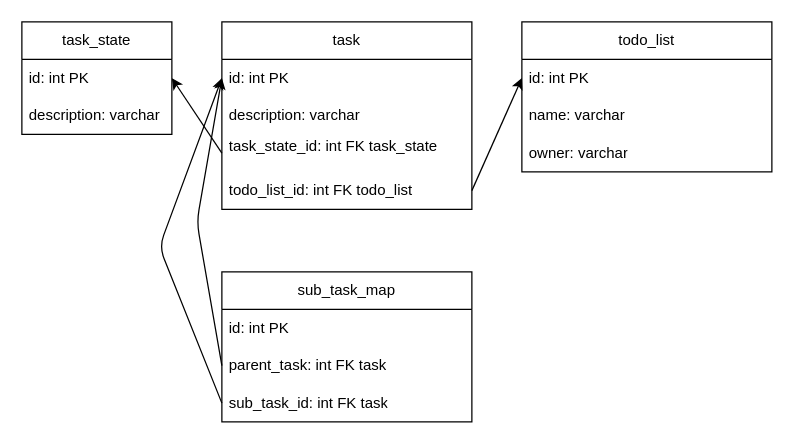
Earlier version of the draw.io diagram doc/schema.drawio (DomenicoDErasmo/todo). Source tidied: cells renumbered, new cells numbered last; positions are measured from the earlier drawing's top-left corner, leaving out a move shared by most shapes. Both pictures are drawn from the tidied source at 125%, with x=0, y=0 at pixel (21, 21).
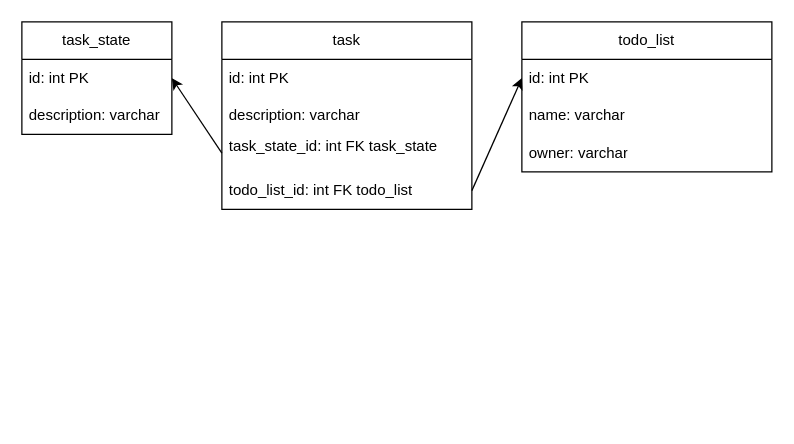
After the change.

The change refers to these unchanged cells:
```xml
<mxCell id="6" value="id: int PK" style="text;strokeColor=none;fillColor=none;align=left;verticalAlign=middle;spacingLeft=4;spacingRight=4;overflow=hidden;points=[[0,0.5],[1,0.5]];portConstraint=eastwest;whiteSpace=wrap;html=1;" parent="5" vertex="1">
  <mxGeometry y="30" width="200" height="30" as="geometry" />
</mxCell>
```

Diff of the diagram source:
```diff
@@
-    <mxCell id="15" value="sub_task_map" style="swimlane;fontStyle=0;horizontal=1;startSize=30;whiteSpace=wrap;html=1;" parent="1" vertex="1">
-      <mxGeometry x="160" y="200" width="200" height="120" as="geometry" />
-    </mxCell>
-    <mxCell id="16" value="id: int PK" style="text;strokeColor=none;fillColor=none;align=left;verticalAlign=middle;spacingLeft=4;spacingRight=4;overflow=hidden;whiteSpace=wrap;html=1;" parent="15" vertex="1">
-      <mxGeometry y="30" width="200" height="30" as="geometry" />
-    </mxCell>
-    <mxCell id="17" value="parent_task: int FK task" style="text;strokeColor=none;fillColor=none;align=left;verticalAlign=middle;spacingLeft=4;spacingRight=4;overflow=hidden;points=[[0,0.5],[1,0.5]];portConstraint=eastwest;whiteSpace=wrap;html=1;" parent="15" vertex="1">
-      <mxGeometry y="60" width="200" height="30" as="geometry" />
-    </mxCell>
-    <mxCell id="18" value="sub_task_id: int FK task" style="text;strokeColor=none;fillColor=none;align=left;verticalAlign=middle;spacingLeft=4;spacingRight=4;overflow=hidden;points=[[0,0.5],[1,0.5]];portConstraint=eastwest;whiteSpace=wrap;html=1;" parent="15" vertex="1">
-      <mxGeometry y="90" width="200" height="30" as="geometry" />
-    </mxCell>
-    <mxCell id="19" style="edgeStyle=none;html=1;entryX=0;entryY=0.5;entryDx=0;entryDy=0;exitX=0;exitY=0.5;exitDx=0;exitDy=0;" parent="1" edge="1" source="17" target="6">
-      <mxGeometry relative="1" as="geometry">
-        <Array as="points">
-          <mxPoint x="140" y="160" />
-        </Array>
-      </mxGeometry>
-    </mxCell>
-    <mxCell id="20" style="edgeStyle=none;html=1;entryX=0;entryY=0.5;entryDx=0;entryDy=0;exitX=0;exitY=0.5;exitDx=0;exitDy=0;" parent="1" edge="1" source="18" target="6">
-      <mxGeometry relative="1" as="geometry">
-        <Array as="points">
-          <mxPoint x="110" y="180" />
-        </Array>
-      </mxGeometry>
-    </mxCell>
```
